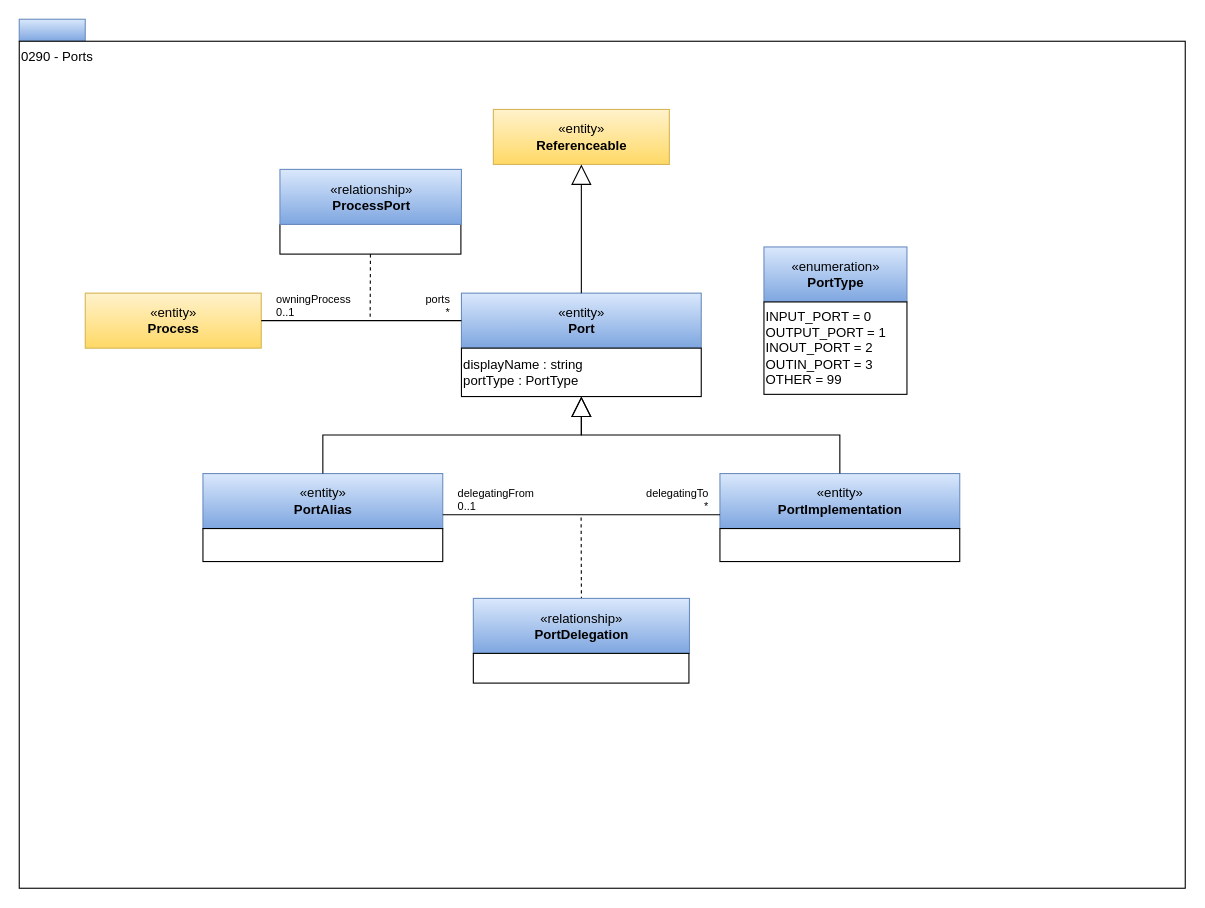
Above: page "0290-Ports" (14 of 15) of open-metadata-publication/website/open-metadata-types/area-2-assets.drawio in odpi/egeria (draw.io), before the change. Source tidied: cells renumbered, new cells numbered last; positions are measured from the earlier drawing's top-left corner, leaving out a move shared by most shapes. Both pictures are drawn from the tidied source at 110%, with x=0, y=0 at pixel (19, 19).
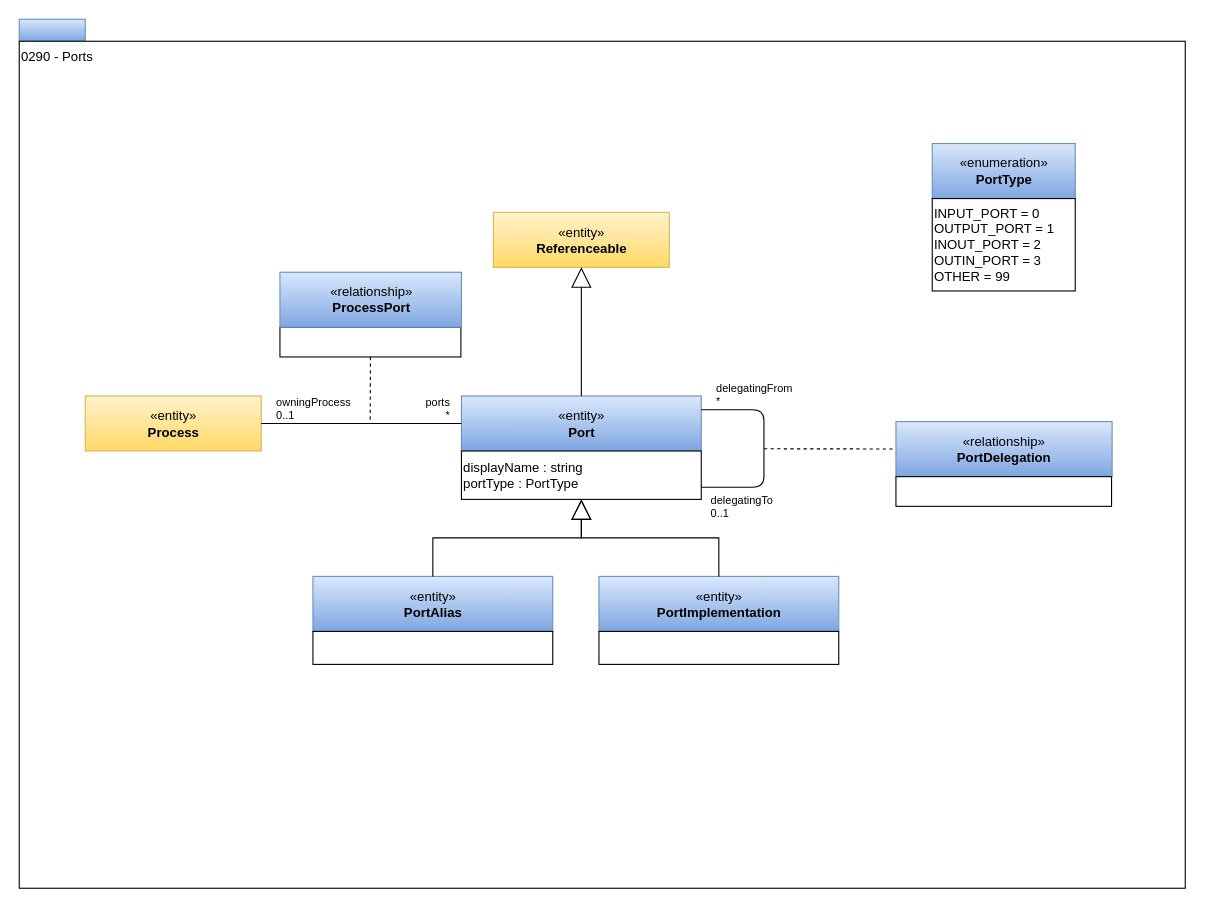
Above is the later version.

What changed in the source:
```diff
@@
     <mxCell id="4" value="«entity»&lt;br&gt;&lt;b&gt;Port&lt;/b&gt;" style="html=1;strokeColor=#6c8ebf;align=center;fillColor=#dae8fc;gradientColor=#7ea6e0;" parent="1" vertex="1">
-      <mxGeometry x="402" y="249" width="218" height="50" as="geometry" />
+      <mxGeometry x="402" y="342.5" width="218" height="50" as="geometry" />
     </mxCell>
     <mxCell id="5" value="displayName : string&lt;br&gt;portType : PortType" style="rounded=0;whiteSpace=wrap;html=1;strokeColor=#000000;gradientColor=#ffffff;align=left;" parent="1" vertex="1">
-      <mxGeometry x="402" y="299" width="218" height="44" as="geometry" />
+      <mxGeometry x="402" y="392.5" width="218" height="44" as="geometry" />
     </mxCell>
     <mxCell id="6" value="«entity»&lt;br&gt;&lt;b&gt;PortAlias&lt;/b&gt;" style="html=1;strokeColor=#6c8ebf;align=center;fillColor=#dae8fc;gradientColor=#7ea6e0;" parent="1" vertex="1">
-      <mxGeometry x="167" y="413" width="218" height="50" as="geometry" />
+      <mxGeometry x="267" y="506.5" width="218" height="50" as="geometry" />
     </mxCell>
     <mxCell id="7" style="rounded=0;whiteSpace=wrap;html=1;strokeColor=#000000;gradientColor=#ffffff;align=left;" parent="1" vertex="1">
-      <mxGeometry x="167" y="463" width="218" height="30" as="geometry" />
+      <mxGeometry x="267" y="556.5" width="218" height="30" as="geometry" />
     </mxCell>
     <mxCell id="8" value="«entity»&lt;br&gt;&lt;b&gt;PortImplementation&lt;/b&gt;" style="html=1;strokeColor=#6c8ebf;align=center;fillColor=#dae8fc;gradientColor=#7ea6e0;" parent="1" vertex="1">
-      <mxGeometry x="637" y="413" width="218" height="50" as="geometry" />
+      <mxGeometry x="527" y="506.5" width="218" height="50" as="geometry" />
     </mxCell>
     <mxCell id="9" style="rounded=0;whiteSpace=wrap;html=1;strokeColor=#000000;gradientColor=#ffffff;align=left;" parent="1" vertex="1">
-      <mxGeometry x="637" y="463" width="218" height="30" as="geometry" />
+      <mxGeometry x="527" y="556.5" width="218" height="30" as="geometry" />
     </mxCell>
     <mxCell id="10" style="endArrow=none;dashed=1;html=1;exitX=0.5;exitY=1;exitDx=0;exitDy=0;" parent="1" edge="1" source="11">
       <mxGeometry relative="1" as="geometry">
-        <mxPoint x="319" y="273" as="targetPoint" />
+        <mxPoint x="319" y="366.5" as="targetPoint" />
       </mxGeometry>
     </mxCell>
     <mxCell id="11" style="rounded=0;whiteSpace=wrap;html=1;strokeColor=#000000;gradientColor=#ffffff;align=left;" parent="1" vertex="1">
-      <mxGeometry x="237" y="186.5" width="164.5" height="27" as="geometry" />
+      <mxGeometry x="237" y="280" width="164.5" height="27" as="geometry" />
     </mxCell>
     <mxCell id="12" value="«relationship»&lt;br&gt;&lt;b&gt;ProcessPort&lt;/b&gt;" style="html=1;strokeColor=#6c8ebf;align=center;fillColor=#dae8fc;gradientColor=#7ea6e0;" parent="1" vertex="1">
-      <mxGeometry x="237" y="136.5" width="165" height="50" as="geometry" />
+      <mxGeometry x="237" y="230" width="165" height="50" as="geometry" />
     </mxCell>
-    <mxCell id="13" style="endArrow=none;dashed=1;html=1;entryX=0.5;entryY=0;" parent="1" edge="1" target="14">
+    <mxCell id="13" style="endArrow=none;dashed=1;html=1;" parent="1" edge="1" target="14">
       <mxGeometry relative="1" as="geometry">
-        <mxPoint x="510.8" y="453" as="sourcePoint" />
+        <mxPoint x="677" y="390.5" as="sourcePoint" />
       </mxGeometry>
     </mxCell>
     <mxCell id="14" value="«relationship»&lt;br&gt;&lt;b&gt;PortDelegation&lt;/b&gt;" style="html=1;strokeColor=#6c8ebf;align=center;fillColor=#dae8fc;gradientColor=#7ea6e0;" parent="1" vertex="1">
-      <mxGeometry x="412.8" y="526.5" width="196.5" height="50" as="geometry" />
+      <mxGeometry x="797" y="365.8" width="196.5" height="50" as="geometry" />
     </mxCell>
     <mxCell id="15" style="rounded=0;whiteSpace=wrap;html=1;strokeColor=#000000;gradientColor=#ffffff;align=left;" parent="1" vertex="1">
-      <mxGeometry x="412.8" y="576.5" width="196" height="27" as="geometry" />
+      <mxGeometry x="797" y="415.8" width="196" height="27" as="geometry" />
     </mxCell>
     <mxCell id="16" value="«entity»&lt;br&gt;&lt;b&gt;Referenceable&lt;/b&gt;" style="html=1;strokeColor=#d6b656;align=center;fillColor=#fff2cc;gradientColor=#ffd966;" parent="1" vertex="1">
-      <mxGeometry x="431" y="82" width="160" height="50" as="geometry" />
+      <mxGeometry x="431" y="175.5" width="160" height="50" as="geometry" />
     </mxCell>
@@
-    <mxCell id="20" style="endArrow=none;html=1;edgeStyle=orthogonalEdgeStyle;exitX=1;exitY=0.75;exitDx=0;exitDy=0;entryX=0;entryY=0.75;entryDx=0;entryDy=0;" parent="1" edge="1" source="6" target="8">
-      <mxGeometry relative="1" as="geometry" />
+    <mxCell id="20" style="endArrow=none;html=1;edgeStyle=orthogonalEdgeStyle;exitX=1;exitY=0.25;exitDx=0;exitDy=0;entryX=1;entryY=0.75;entryDx=0;entryDy=0;" parent="1" edge="1" source="4" target="5">
+      <mxGeometry relative="1" as="geometry">
+        <Array as="points">
+          <mxPoint x="677" y="355.5" />
+          <mxPoint x="677" y="425.5" />
+        </Array>
+      </mxGeometry>
     </mxCell>
-    <mxCell id="21" value="delegatingFrom&lt;br&gt;0..1" style="html=1;align=left;verticalAlign=bottom;labelBackgroundColor=#ffffff;fontSize=10;" parent="20" vertex="1">
+    <mxCell id="21" value="delegatingFrom&lt;br&gt;*" style="html=1;align=left;verticalAlign=bottom;labelBackgroundColor=#ffffff;fontSize=10;" parent="20" vertex="1">
       <mxGeometry x="-1" relative="1" as="geometry">
         <mxPoint x="12" as="offset" />
       </mxGeometry>
     </mxCell>
-    <mxCell id="22" value="delegatingTo&lt;br&gt;*" style="html=1;align=right;verticalAlign=bottom;labelBackgroundColor=#ffffff;fontSize=10;" parent="20" vertex="1">
+    <mxCell id="22" value="delegatingTo&lt;br&gt;0..1" style="html=1;align=left;verticalAlign=bottom;labelBackgroundColor=#ffffff;fontSize=10;" parent="20" vertex="1">
       <mxGeometry x="1" relative="1" as="geometry">
-        <mxPoint x="-10" as="offset" />
+        <mxPoint x="7.5" y="31" as="offset" />
       </mxGeometry>
     </mxCell>
     <mxCell id="23" value="«entity»&lt;br&gt;&lt;b&gt;Process&lt;/b&gt;" style="html=1;strokeColor=#d6b656;align=center;fillColor=#fff2cc;gradientColor=#ffd966;" parent="1" vertex="1">
-      <mxGeometry x="60" y="249" width="160" height="50" as="geometry" />
+      <mxGeometry x="60" y="342.5" width="160" height="50" as="geometry" />
     </mxCell>
@@
     <mxCell id="27" value="«enumeration»&lt;br&gt;&lt;b&gt;PortType&lt;/b&gt;" style="html=1;strokeColor=#6c8ebf;align=center;fillColor=#dae8fc;gradientColor=#7ea6e0;" parent="1" vertex="1">
-      <mxGeometry x="677" y="207" width="130" height="50" as="geometry" />
+      <mxGeometry x="830" y="113" width="130" height="50" as="geometry" />
     </mxCell>
     <mxCell id="28" value="INPUT_PORT = 0&lt;br&gt;OUTPUT_PORT = 1&lt;br&gt;INOUT_PORT = 2&lt;br&gt;OUTIN_PORT = 3&lt;br&gt;OTHER = 99" style="rounded=0;whiteSpace=wrap;html=1;strokeColor=#000000;gradientColor=#ffffff;align=left;" parent="1" vertex="1">
-      <mxGeometry x="677" y="257" width="130" height="84" as="geometry" />
+      <mxGeometry x="830" y="163" width="130" height="84" as="geometry" />
     </mxCell>
```
